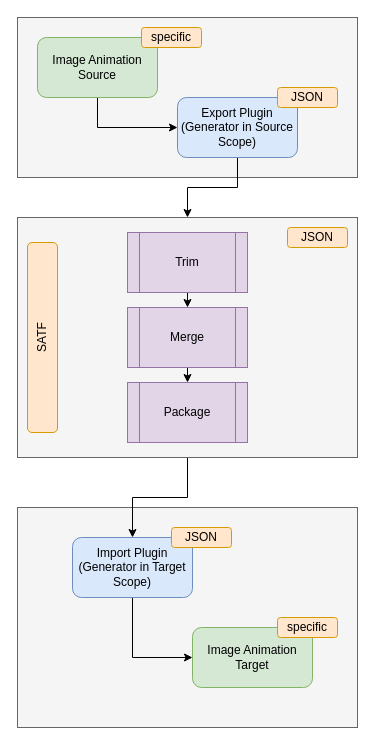
Above: page "Architecture" (1 of 2) of doc/SATF_Architecture.drawio in andreas-volz/SATF (draw.io), before the change. Source tidied: cells renumbered, new cells numbered last; positions are measured from the earlier drawing's top-left corner, leaving out a move shared by most shapes. Both pictures are drawn from the tidied source at 100%, with x=0, y=0 at pixel (-53, 17).
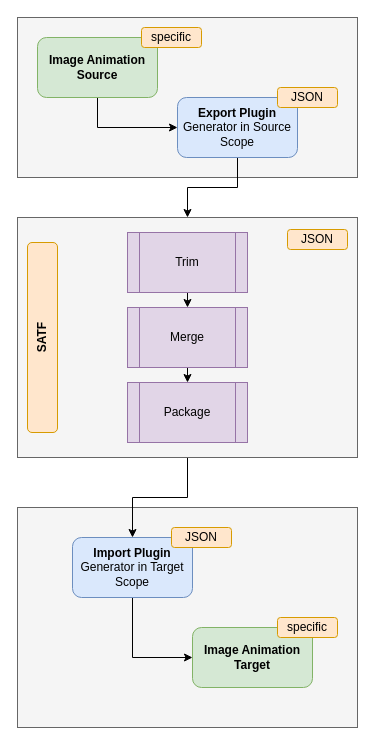
The same page after the edit.

The edit, as a diff of the source:
```diff
@@
-    <mxCell id="5" value="Image Animation Source" style="rounded=1;whiteSpace=wrap;html=1;glass=0;shadow=0;fillColor=#d5e8d4;strokeColor=#82b366;" parent="1" vertex="1">
+    <mxCell id="5" value="&lt;b&gt;Image Animation Source&lt;/b&gt;" style="rounded=1;whiteSpace=wrap;html=1;glass=0;shadow=0;fillColor=#d5e8d4;strokeColor=#82b366;" parent="1" vertex="1">
       <mxGeometry x="90" y="20" width="120" height="60" as="geometry" />
     </mxCell>
-    <mxCell id="6" value="Image Animation Target" style="rounded=1;whiteSpace=wrap;html=1;fillColor=#d5e8d4;strokeColor=#82b366;" parent="1" vertex="1">
+    <mxCell id="6" value="&lt;b&gt;Image Animation Target&lt;/b&gt;" style="rounded=1;whiteSpace=wrap;html=1;fillColor=#d5e8d4;strokeColor=#82b366;" parent="1" vertex="1">
       <mxGeometry x="245" y="610" width="120" height="60" as="geometry" />
     </mxCell>
@@
-    <mxCell id="8" value="Export Plugin&lt;br&gt;(Generator in Source Scope)" style="rounded=1;whiteSpace=wrap;html=1;fillColor=#dae8fc;strokeColor=#6c8ebf;" parent="1" vertex="1">
+    <mxCell id="8" value="&lt;b&gt;Export Plugin&lt;/b&gt;&lt;br&gt;Generator in Source Scope" style="rounded=1;whiteSpace=wrap;html=1;fillColor=#dae8fc;strokeColor=#6c8ebf;" parent="1" vertex="1">
       <mxGeometry x="230" y="80" width="120" height="60" as="geometry" />
     </mxCell>
@@
-    <mxCell id="10" value="Import Plugin&lt;br&gt;(Generator in Target Scope)" style="rounded=1;whiteSpace=wrap;html=1;fillColor=#dae8fc;strokeColor=#6c8ebf;" parent="1" vertex="1">
+    <mxCell id="10" value="&lt;b&gt;Import Plugin&lt;/b&gt;&lt;br&gt;Generator in Target Scope" style="rounded=1;whiteSpace=wrap;html=1;fillColor=#dae8fc;strokeColor=#6c8ebf;" parent="1" vertex="1">
       <mxGeometry x="125" y="520" width="120" height="60" as="geometry" />
     </mxCell>
@@
-    <mxCell id="13" value="SATF" style="rounded=1;whiteSpace=wrap;html=1;fillColor=#ffe6cc;strokeColor=#d79b00;rotation=-90;" parent="1" vertex="1">
+    <mxCell id="13" value="&lt;b&gt;SATF&lt;/b&gt;" style="rounded=1;whiteSpace=wrap;html=1;fillColor=#ffe6cc;strokeColor=#d79b00;rotation=-90;" parent="1" vertex="1">
       <mxGeometry y="305" width="190" height="30" as="geometry" />
     </mxCell>
@@
     <mxCell id="23" value="JSON" style="rounded=1;whiteSpace=wrap;html=1;fillColor=#ffe6cc;strokeColor=#d79b00;" parent="1" vertex="1">
-      <mxGeometry x="340" y="210" width="60" height="20" as="geometry" />
+      <mxGeometry x="340" y="212" width="60" height="20" as="geometry" />
     </mxCell>
```
